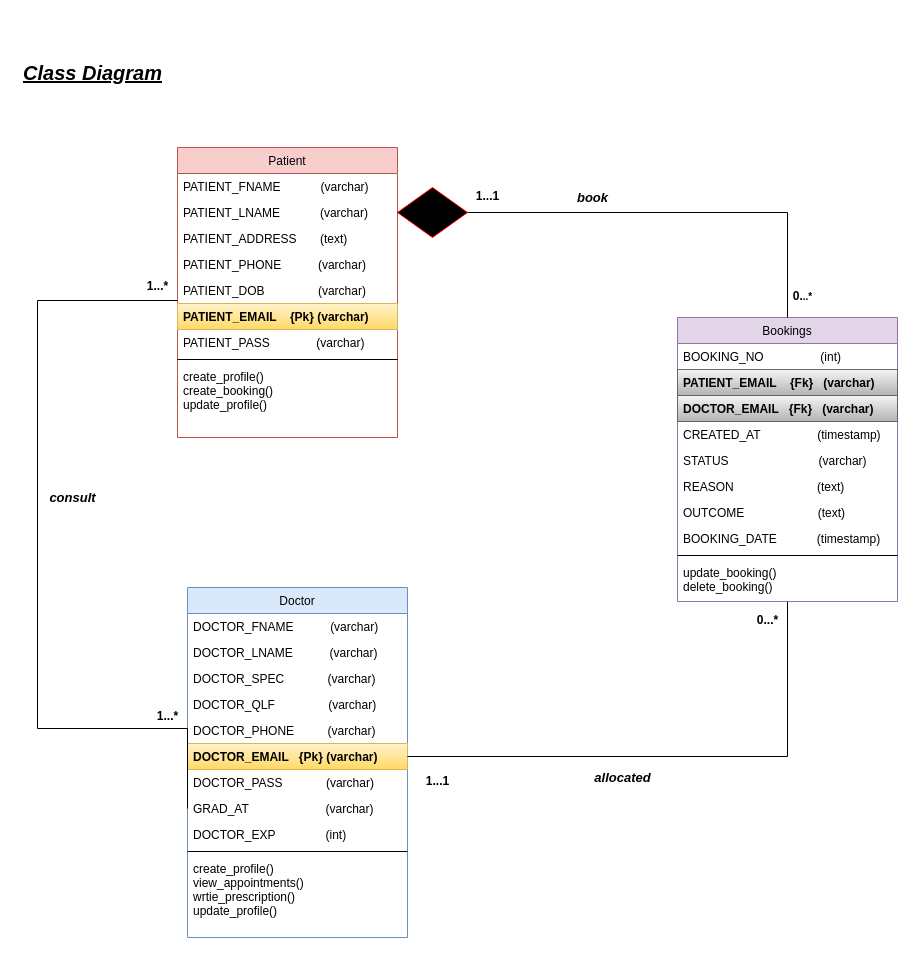
The draw.io diagram case diagrams sprint 2/Untitled Diagram.drawio in MayibongweEyeMagic/Doctors_AID, before the edit. Source tidied: cells renumbered, new cells numbered last; positions are measured from the earlier drawing's top-left corner, leaving out a move shared by most shapes. Both pictures are drawn from the tidied source at 100%, with x=0, y=0 at pixel (17, 57).
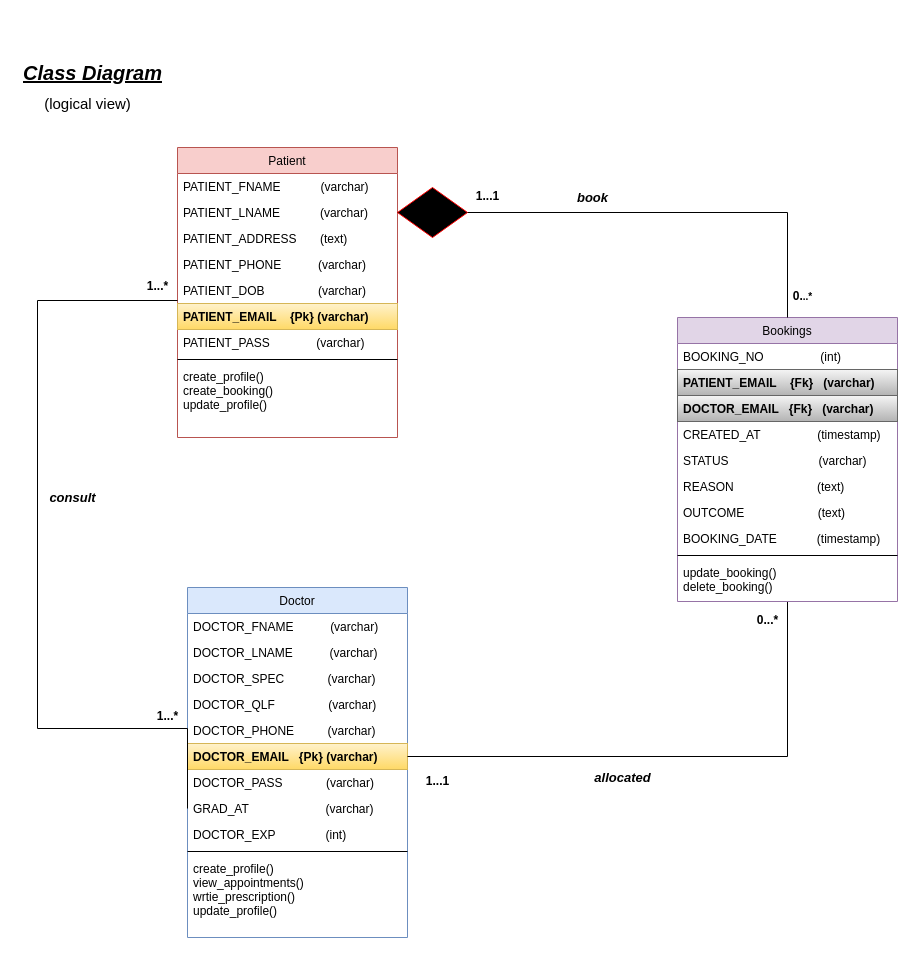
After the change.

The edit, as a diff of the source:
```diff
@@
+    <mxCell id="49" value="&lt;br style=&quot;font-size: 15px;&quot;&gt;&lt;br style=&quot;font-size: 15px;&quot;&gt;&lt;br style=&quot;font-size: 15px;&quot;&gt;&lt;br style=&quot;font-size: 15px;&quot;&gt;(logical view)" style="text;html=1;align=center;verticalAlign=middle;strokeColor=none;fontSize=15;" parent="1" vertex="1">
+      <mxGeometry x="20" y="-40" width="100" height="100" as="geometry" />
+    </mxCell>
```
